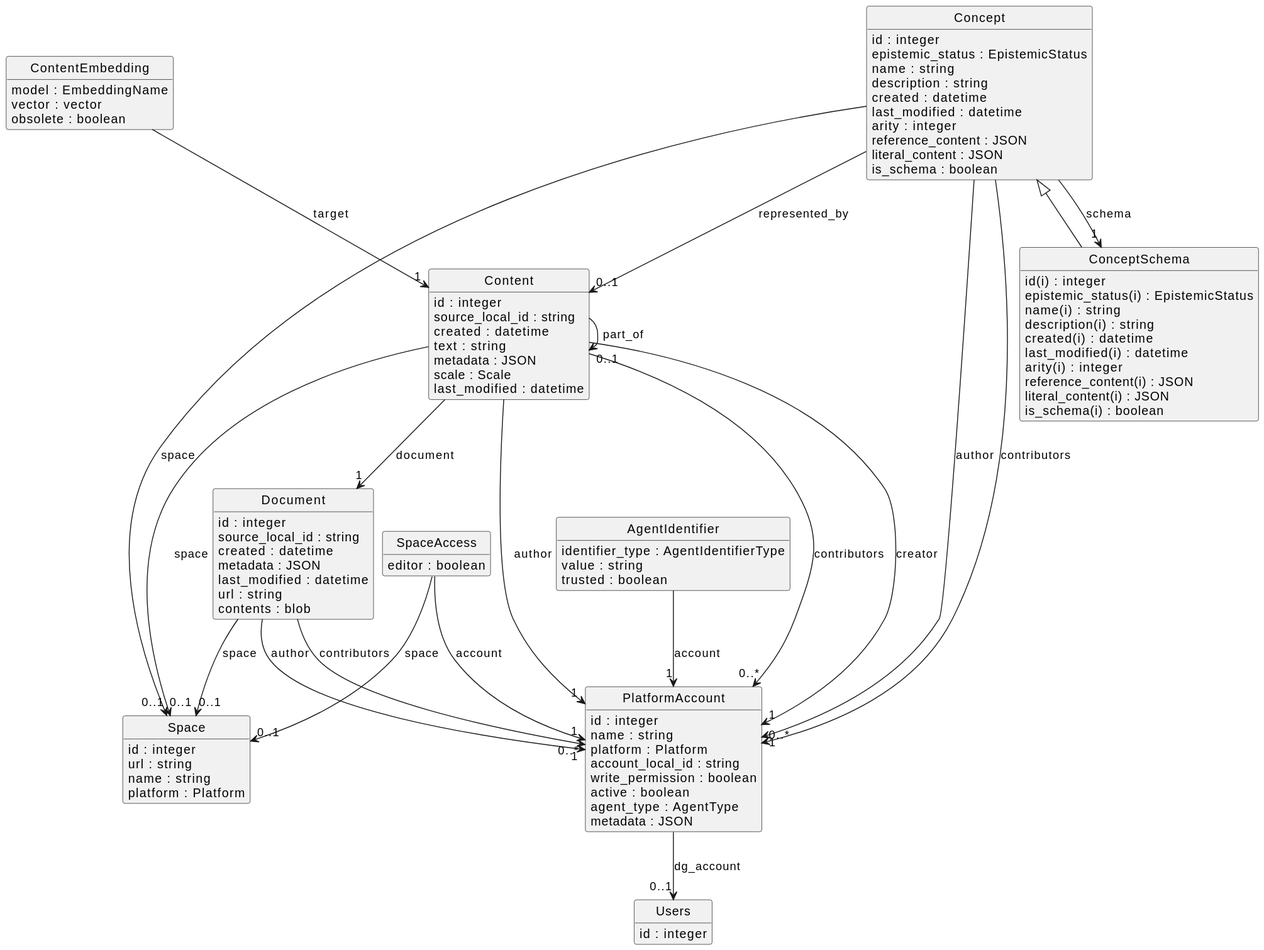
The PlantUML diagram packages/database/schema.svg in DiscourseGraphs/discourse-graph, before a commit.
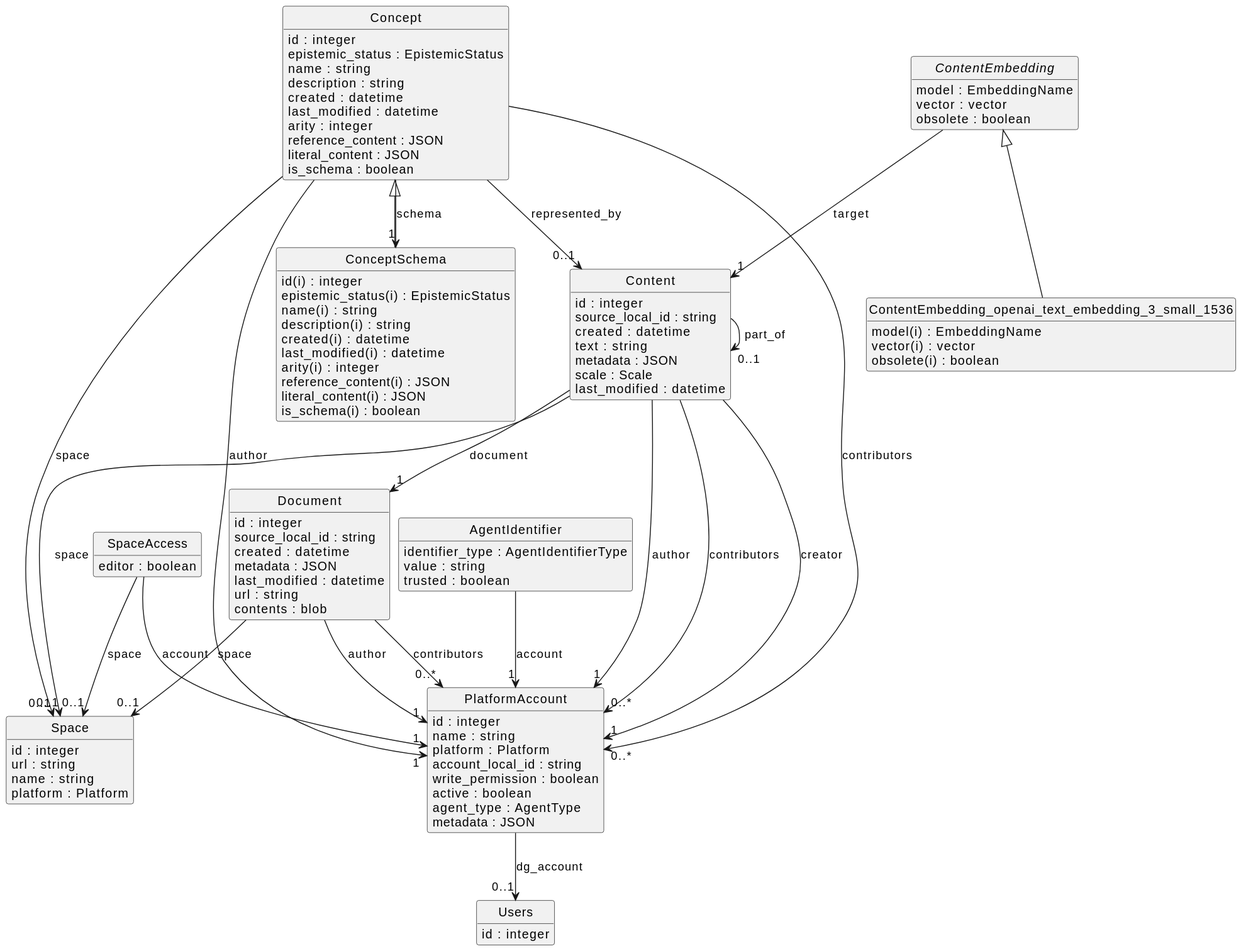
Later version of the same file.

Commit message:
ENG-415 bulk upsert_content functions for sync

What changed in the source:
```diff
@@ -74,12 +74,18 @@
 "Concept" --> "0..*" "PlatformAccount" : "contributors"
 "Content" --> "1" "PlatformAccount" : "creator"
 "Content" --> "1" "Document" : "document"
-class "ContentEmbedding" [[{An embedding for a piece of content.}]] {
+abstract "ContentEmbedding" [[{An embedding for a piece of content.}]] {
     {field} model : EmbeddingName
     {field} vector : vector
     {field} obsolete : boolean
 }
+class "ContentEmbedding_openai_text_embedding_3_small_1536" [[{The table for the openai text_embedding_3_small model (1536 dimensions)}]] {
+    {field} model(i) : EmbeddingName
+    {field} vector(i) : vector
+    {field} obsolete(i) : boolean
+}
 "ContentEmbedding" --> "1" "Content" : "target"
+"ContentEmbedding" ^-- "ContentEmbedding_openai_text_embedding_3_small_1536"
 "Content" --> "0..1" "Content" : "part_of"
 "Concept" --> "0..1" "Content" : "represented_by"
 class "ConceptSchema" [[{A Concept that describes a schema (type) for other concepts}]] {
```
